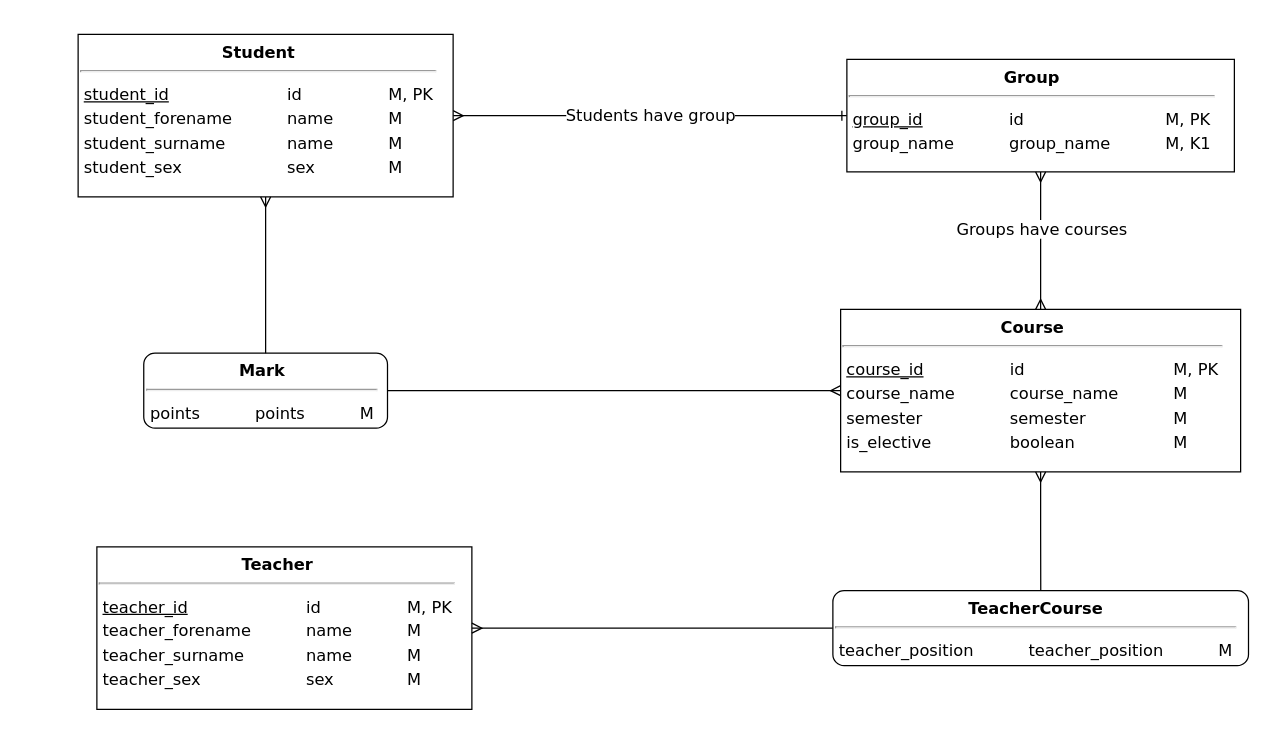
Earlier version of the draw.io diagram hw02/src/model-scheme.drawio (cannor147/itmo-db). Source tidied: cells renumbered, new cells numbered last; positions are measured from the earlier drawing's top-left corner, leaving out a move shared by most shapes. Both pictures are drawn from the tidied source at 125%, with x=0, y=0 at pixel (78, 34).
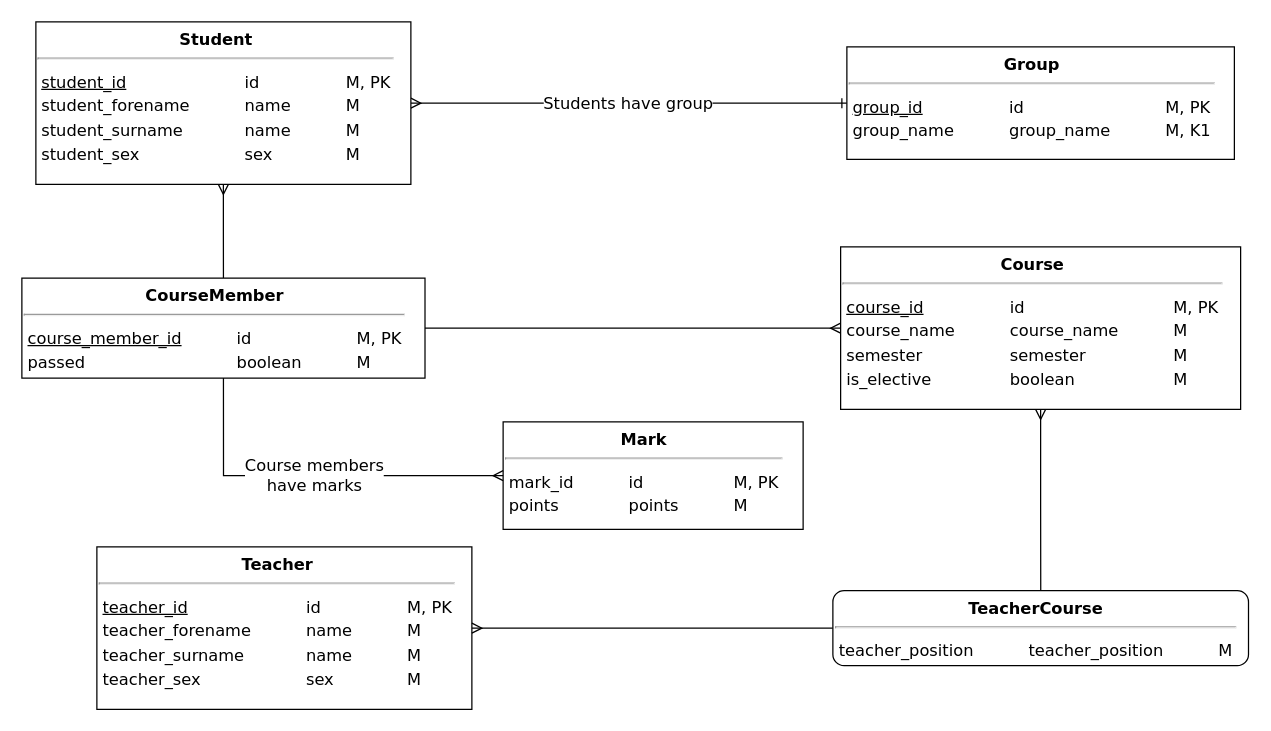
Above is the later version.

Commit message:
fix(hw02): updated model schema for year2018

The edit, as a diff of the source:
```diff
@@
 <mxGraphModel>
   <root>
     <mxCell id="0" />
     <mxCell id="1" parent="0" />
     <mxCell id="2" value="Students have group" style="edgeStyle=orthogonalEdgeStyle;rounded=0;jettySize=auto;html=1;fontFamily=Verdana;fontSize=13;endArrow=ERone;endFill=0;startArrow=ERmany;startFill=0;" parent="1" edge="1" source="3" target="4">
       <mxGeometry relative="1" as="geometry" />
     </mxCell>
     <mxCell id="3" value="&lt;div style=&quot;text-align: center ; font-size: 13px&quot;&gt;&lt;b style=&quot;font-size: 13px&quot;&gt;Student&lt;/b&gt;&lt;/div&gt;&lt;hr style=&quot;font-size: 13px&quot;&gt;&lt;table style=&quot;font-size: 13px&quot;&gt;&lt;tbody style=&quot;font-size: 13px&quot;&gt;&lt;tr style=&quot;font-size: 13px&quot;&gt;&lt;td style=&quot;font-size: 13px&quot;&gt;&lt;u&gt;student_id&lt;/u&gt;&lt;/td&gt;&lt;td style=&quot;font-size: 13px&quot;&gt;&lt;blockquote style=&quot;margin: 0px 0px 0px 40px ; border: none ; padding: 0px ; font-size: 13px&quot;&gt;id&lt;/blockquote&gt;&lt;/td&gt;&lt;td style=&quot;font-size: 13px&quot;&gt;&lt;blockquote style=&quot;margin: 0px 0px 0px 40px ; border: none ; padding: 0px ; font-size: 13px&quot;&gt;M, PK&lt;/blockquote&gt;&lt;/td&gt;&lt;/tr&gt;&lt;tr style=&quot;font-size: 13px&quot;&gt;&lt;td style=&quot;font-size: 13px&quot;&gt;student_forename&lt;/td&gt;&lt;td style=&quot;font-size: 13px&quot;&gt;&lt;blockquote style=&quot;margin: 0px 0px 0px 40px ; border: none ; padding: 0px ; font-size: 13px&quot;&gt;name&lt;/blockquote&gt;&lt;/td&gt;&lt;td style=&quot;font-size: 13px&quot;&gt;&lt;blockquote style=&quot;margin: 0px 0px 0px 40px ; border: none ; padding: 0px ; font-size: 13px&quot;&gt;M&lt;/blockquote&gt;&lt;/td&gt;&lt;/tr&gt;&lt;tr style=&quot;font-size: 13px&quot;&gt;&lt;td style=&quot;font-size: 13px&quot;&gt;student_surname&lt;/td&gt;&lt;td style=&quot;font-size: 13px&quot;&gt;&lt;blockquote style=&quot;margin: 0px 0px 0px 40px ; border: none ; padding: 0px ; font-size: 13px&quot;&gt;name&lt;/blockquote&gt;&lt;/td&gt;&lt;td style=&quot;font-size: 13px&quot;&gt;&lt;blockquote style=&quot;margin: 0px 0px 0px 40px ; border: none ; padding: 0px ; font-size: 13px&quot;&gt;M&lt;/blockquote&gt;&lt;/td&gt;&lt;/tr&gt;&lt;tr style=&quot;font-size: 13px&quot;&gt;&lt;td style=&quot;font-size: 13px&quot;&gt;student_sex&lt;/td&gt;&lt;td style=&quot;font-size: 13px&quot;&gt;&lt;blockquote style=&quot;margin: 0px 0px 0px 40px ; border: none ; padding: 0px ; font-size: 13px&quot;&gt;sex&lt;/blockquote&gt;&lt;/td&gt;&lt;td style=&quot;font-size: 13px&quot;&gt;&lt;blockquote style=&quot;margin: 0px 0px 0px 40px ; border: none ; padding: 0px ; font-size: 13px&quot;&gt;M&lt;/blockquote&gt;&lt;/td&gt;&lt;/tr&gt;&lt;/tbody&gt;&lt;/table&gt;" style="rounded=0;whiteSpace=wrap;html=1;labelBackgroundColor=none;fontFamily=Verdana;fontSize=13;align=left;verticalAlign=top;" parent="1" vertex="1">
-      <mxGeometry width="300" height="130" as="geometry" />
+      <mxGeometry x="-33.8" y="-10" width="300" height="130" as="geometry" />
     </mxCell>
     <mxCell id="4" value="&lt;div style=&quot;text-align: center ; font-size: 13px&quot;&gt;&lt;b style=&quot;font-size: 13px&quot;&gt;Group&lt;/b&gt;&lt;/div&gt;&lt;hr style=&quot;font-size: 13px&quot;&gt;&lt;table style=&quot;font-size: 13px&quot;&gt;&lt;tbody style=&quot;font-size: 13px&quot;&gt;&lt;tr style=&quot;font-size: 13px&quot;&gt;&lt;td style=&quot;font-size: 13px&quot;&gt;&lt;u&gt;group_id&lt;/u&gt;&lt;/td&gt;&lt;td style=&quot;font-size: 13px&quot;&gt;&lt;blockquote style=&quot;margin: 0px 0px 0px 40px ; border: none ; padding: 0px ; font-size: 13px&quot;&gt;id&lt;/blockquote&gt;&lt;/td&gt;&lt;td style=&quot;font-size: 13px&quot;&gt;&lt;blockquote style=&quot;margin: 0px 0px 0px 40px ; border: none ; padding: 0px ; font-size: 13px&quot;&gt;M, PK&lt;/blockquote&gt;&lt;/td&gt;&lt;/tr&gt;&lt;tr style=&quot;font-size: 13px&quot;&gt;&lt;td style=&quot;font-size: 13px&quot;&gt;group_name&lt;/td&gt;&lt;td style=&quot;font-size: 13px&quot;&gt;&lt;blockquote style=&quot;margin: 0px 0px 0px 40px ; border: none ; padding: 0px ; font-size: 13px&quot;&gt;group_name&lt;/blockquote&gt;&lt;/td&gt;&lt;td style=&quot;font-size: 13px&quot;&gt;&lt;blockquote style=&quot;margin: 0px 0px 0px 40px ; border: none ; padding: 0px ; font-size: 13px&quot;&gt;M, K1&lt;/blockquote&gt;&lt;/td&gt;&lt;/tr&gt;&lt;/tbody&gt;&lt;/table&gt;" style="rounded=0;whiteSpace=wrap;html=1;labelBackgroundColor=none;fontFamily=Verdana;fontSize=13;align=left;verticalAlign=top;" parent="1" vertex="1">
-      <mxGeometry x="615" y="20" width="310" height="90" as="geometry" />
+      <mxGeometry x="615" y="10" width="310" height="90" as="geometry" />
     </mxCell>
     <mxCell id="5" value="&lt;div style=&quot;text-align: center ; font-size: 13px&quot;&gt;&lt;b style=&quot;font-size: 13px&quot;&gt;Teacher&lt;/b&gt;&lt;/div&gt;&lt;hr style=&quot;font-size: 13px&quot;&gt;&lt;table style=&quot;font-size: 13px&quot;&gt;&lt;tbody style=&quot;font-size: 13px&quot;&gt;&lt;tr style=&quot;font-size: 13px&quot;&gt;&lt;td style=&quot;font-size: 13px&quot;&gt;&lt;u&gt;teacher_id&lt;/u&gt;&lt;/td&gt;&lt;td style=&quot;font-size: 13px&quot;&gt;&lt;blockquote style=&quot;margin: 0px 0px 0px 40px ; border: none ; padding: 0px ; font-size: 13px&quot;&gt;id&lt;/blockquote&gt;&lt;/td&gt;&lt;td style=&quot;font-size: 13px&quot;&gt;&lt;blockquote style=&quot;margin: 0px 0px 0px 40px ; border: none ; padding: 0px ; font-size: 13px&quot;&gt;M, PK&lt;/blockquote&gt;&lt;/td&gt;&lt;/tr&gt;&lt;tr style=&quot;font-size: 13px&quot;&gt;&lt;td style=&quot;font-size: 13px&quot;&gt;teacher_forename&lt;/td&gt;&lt;td style=&quot;font-size: 13px&quot;&gt;&lt;blockquote style=&quot;margin: 0px 0px 0px 40px ; border: none ; padding: 0px ; font-size: 13px&quot;&gt;name&lt;/blockquote&gt;&lt;/td&gt;&lt;td style=&quot;font-size: 13px&quot;&gt;&lt;blockquote style=&quot;margin: 0px 0px 0px 40px ; border: none ; padding: 0px ; font-size: 13px&quot;&gt;M&lt;/blockquote&gt;&lt;/td&gt;&lt;/tr&gt;&lt;tr style=&quot;font-size: 13px&quot;&gt;&lt;td style=&quot;font-size: 13px&quot;&gt;teacher_surname&lt;/td&gt;&lt;td style=&quot;font-size: 13px&quot;&gt;&lt;blockquote style=&quot;margin: 0px 0px 0px 40px ; border: none ; padding: 0px ; font-size: 13px&quot;&gt;name&lt;/blockquote&gt;&lt;/td&gt;&lt;td style=&quot;font-size: 13px&quot;&gt;&lt;blockquote style=&quot;margin: 0px 0px 0px 40px ; border: none ; padding: 0px ; font-size: 13px&quot;&gt;M&lt;/blockquote&gt;&lt;/td&gt;&lt;/tr&gt;&lt;tr style=&quot;font-size: 13px&quot;&gt;&lt;td style=&quot;font-size: 13px&quot;&gt;teacher_sex&lt;/td&gt;&lt;td style=&quot;font-size: 13px&quot;&gt;&lt;blockquote style=&quot;margin: 0px 0px 0px 40px ; border: none ; padding: 0px ; font-size: 13px&quot;&gt;sex&lt;/blockquote&gt;&lt;/td&gt;&lt;td style=&quot;font-size: 13px&quot;&gt;&lt;blockquote style=&quot;margin: 0px 0px 0px 40px ; border: none ; padding: 0px ; font-size: 13px&quot;&gt;M&lt;/blockquote&gt;&lt;/td&gt;&lt;/tr&gt;&lt;/tbody&gt;&lt;/table&gt;" style="rounded=0;whiteSpace=wrap;html=1;labelBackgroundColor=none;fontFamily=Verdana;fontSize=13;align=left;verticalAlign=top;" parent="1" vertex="1">
       <mxGeometry x="15" y="410" width="300" height="130" as="geometry" />
     </mxCell>
     <mxCell id="6" value="&lt;div style=&quot;text-align: center ; font-size: 13px&quot;&gt;&lt;b style=&quot;font-size: 13px&quot;&gt;Course&lt;/b&gt;&lt;/div&gt;&lt;hr style=&quot;font-size: 13px&quot;&gt;&lt;table style=&quot;font-size: 13px&quot;&gt;&lt;tbody style=&quot;font-size: 13px&quot;&gt;&lt;tr style=&quot;font-size: 13px&quot;&gt;&lt;td style=&quot;font-size: 13px&quot;&gt;&lt;u&gt;course_id&lt;/u&gt;&lt;/td&gt;&lt;td style=&quot;font-size: 13px&quot;&gt;&lt;blockquote style=&quot;margin: 0px 0px 0px 40px ; border: none ; padding: 0px ; font-size: 13px&quot;&gt;id&lt;/blockquote&gt;&lt;/td&gt;&lt;td style=&quot;font-size: 13px&quot;&gt;&lt;blockquote style=&quot;margin: 0px 0px 0px 40px ; border: none ; padding: 0px ; font-size: 13px&quot;&gt;M, PK&lt;/blockquote&gt;&lt;/td&gt;&lt;/tr&gt;&lt;tr style=&quot;font-size: 13px&quot;&gt;&lt;td style=&quot;font-size: 13px&quot;&gt;course_name&lt;/td&gt;&lt;td style=&quot;font-size: 13px&quot;&gt;&lt;blockquote style=&quot;margin: 0px 0px 0px 40px ; border: none ; padding: 0px ; font-size: 13px&quot;&gt;course_name&lt;/blockquote&gt;&lt;/td&gt;&lt;td style=&quot;font-size: 13px&quot;&gt;&lt;blockquote style=&quot;margin: 0px 0px 0px 40px ; border: none ; padding: 0px ; font-size: 13px&quot;&gt;M&lt;/blockquote&gt;&lt;/td&gt;&lt;/tr&gt;&lt;tr style=&quot;font-size: 13px&quot;&gt;&lt;td style=&quot;font-size: 13px&quot;&gt;semester&lt;/td&gt;&lt;td style=&quot;font-size: 13px&quot;&gt;&lt;blockquote style=&quot;margin: 0px 0px 0px 40px ; border: none ; padding: 0px ; font-size: 13px&quot;&gt;semester&lt;/blockquote&gt;&lt;/td&gt;&lt;td style=&quot;font-size: 13px&quot;&gt;&lt;blockquote style=&quot;margin: 0px 0px 0px 40px ; border: none ; padding: 0px ; font-size: 13px&quot;&gt;M&lt;/blockquote&gt;&lt;/td&gt;&lt;/tr&gt;&lt;tr style=&quot;font-size: 13px&quot;&gt;&lt;td style=&quot;font-size: 13px&quot;&gt;is_elective&lt;/td&gt;&lt;td style=&quot;font-size: 13px&quot;&gt;&lt;blockquote style=&quot;margin: 0px 0px 0px 40px ; border: none ; padding: 0px ; font-size: 13px&quot;&gt;boolean&lt;/blockquote&gt;&lt;/td&gt;&lt;td style=&quot;font-size: 13px&quot;&gt;&lt;blockquote style=&quot;margin: 0px 0px 0px 40px ; border: none ; padding: 0px ; font-size: 13px&quot;&gt;M&lt;/blockquote&gt;&lt;/td&gt;&lt;/tr&gt;&lt;/tbody&gt;&lt;/table&gt;" style="rounded=0;whiteSpace=wrap;html=1;labelBackgroundColor=none;fontFamily=Verdana;fontSize=13;align=left;verticalAlign=top;" parent="1" vertex="1">
-      <mxGeometry x="610" y="220" width="320" height="130" as="geometry" />
+      <mxGeometry x="610" y="170" width="320" height="130" as="geometry" />
     </mxCell>
-    <mxCell id="7" value="&lt;div style=&quot;text-align: center ; font-size: 13px&quot;&gt;&lt;b style=&quot;font-size: 13px&quot;&gt;Mark&lt;/b&gt;&lt;/div&gt;&lt;hr style=&quot;font-size: 13px&quot;&gt;&lt;table style=&quot;font-size: 13px&quot;&gt;&lt;tbody style=&quot;font-size: 13px&quot;&gt;&lt;tr style=&quot;font-size: 13px&quot;&gt;&lt;td style=&quot;font-size: 13px&quot;&gt;points&lt;/td&gt;&lt;td style=&quot;font-size: 13px&quot;&gt;&lt;blockquote style=&quot;margin: 0px 0px 0px 40px ; border: none ; padding: 0px ; font-size: 13px&quot;&gt;points&lt;/blockquote&gt;&lt;/td&gt;&lt;td style=&quot;font-size: 13px&quot;&gt;&lt;blockquote style=&quot;margin: 0px 0px 0px 40px ; border: none ; padding: 0px ; font-size: 13px&quot;&gt;M&lt;/blockquote&gt;&lt;/td&gt;&lt;/tr&gt;&lt;/tbody&gt;&lt;/table&gt;" style="rounded=1;whiteSpace=wrap;html=1;labelBackgroundColor=none;fontFamily=Verdana;fontSize=13;align=left;verticalAlign=top;" parent="1" vertex="1">
-      <mxGeometry x="52.5" y="255" width="195" height="60" as="geometry" />
+    <mxCell id="7" value="&lt;div style=&quot;text-align: center ; font-size: 13px&quot;&gt;&lt;b style=&quot;font-size: 13px&quot;&gt;Mark&lt;/b&gt;&lt;/div&gt;&lt;hr style=&quot;font-size: 13px&quot;&gt;&lt;table style=&quot;font-size: 13px&quot;&gt;&lt;tbody style=&quot;font-size: 13px&quot;&gt;&lt;tr&gt;&lt;td&gt;mark_id&lt;/td&gt;&lt;td&gt;&lt;blockquote style=&quot;margin: 0 0 0 40px ; border: none ; padding: 0px&quot;&gt;id&lt;/blockquote&gt;&lt;/td&gt;&lt;td&gt;&lt;blockquote style=&quot;margin: 0 0 0 40px ; border: none ; padding: 0px&quot;&gt;M, PK&lt;/blockquote&gt;&lt;/td&gt;&lt;/tr&gt;&lt;tr style=&quot;font-size: 13px&quot;&gt;&lt;td style=&quot;font-size: 13px&quot;&gt;points&lt;/td&gt;&lt;td style=&quot;font-size: 13px&quot;&gt;&lt;blockquote style=&quot;margin: 0px 0px 0px 40px ; border: none ; padding: 0px ; font-size: 13px&quot;&gt;points&lt;/blockquote&gt;&lt;/td&gt;&lt;td style=&quot;font-size: 13px&quot;&gt;&lt;blockquote style=&quot;margin: 0px 0px 0px 40px ; border: none ; padding: 0px ; font-size: 13px&quot;&gt;M&lt;/blockquote&gt;&lt;/td&gt;&lt;/tr&gt;&lt;/tbody&gt;&lt;/table&gt;" style="rounded=0;whiteSpace=wrap;html=1;labelBackgroundColor=none;fontFamily=Verdana;fontSize=13;align=left;verticalAlign=top;" parent="1" vertex="1">
+      <mxGeometry x="340" y="310" width="240" height="86" as="geometry" />
     </mxCell>
-    <mxCell id="8" style="endArrow=ERmany;html=1;fontFamily=Verdana;fontSize=13;edgeStyle=orthogonalEdgeStyle;endFill=0;startArrow=ERmany;startFill=0;rounded=0;" parent="1" edge="1" source="4" target="6">
-      <mxGeometry relative="1" as="geometry" />
-    </mxCell>
-    <mxCell id="9" value="Groups have courses" style="edgeLabel;html=1;align=center;verticalAlign=middle;fontSize=13;fontFamily=Verdana;" parent="8" vertex="1">
-      <mxGeometry x="-0.18" relative="1" as="geometry" />
-    </mxCell>
-    <mxCell id="10" style="endArrow=none;html=1;fontFamily=Verdana;fontSize=13;edgeStyle=orthogonalEdgeStyle;rounded=0;endFill=0;startArrow=ERmany;startFill=0;" parent="1" edge="1" source="3" target="7">
+    <mxCell id="10" style="endArrow=none;html=1;fontFamily=Verdana;fontSize=13;edgeStyle=orthogonalEdgeStyle;rounded=0;endFill=0;startArrow=ERmany;startFill=0;entryX=0.5;entryY=0;entryDx=0;entryDy=0;" parent="1" edge="1" source="3" target="15">
       <mxGeometry relative="1" as="geometry" />
     </mxCell>
-    <mxCell id="11" style="endArrow=none;html=1;fontFamily=Verdana;fontSize=13;edgeStyle=orthogonalEdgeStyle;rounded=0;endFill=0;startArrow=ERmany;startFill=0;" parent="1" edge="1" source="6" target="7">
+    <mxCell id="11" style="endArrow=none;html=1;fontFamily=Verdana;fontSize=13;edgeStyle=orthogonalEdgeStyle;rounded=0;endFill=0;startArrow=ERmany;startFill=0;entryX=1;entryY=0.5;entryDx=0;entryDy=0;" parent="1" edge="1" source="6" target="15">
       <mxGeometry relative="1" as="geometry" />
     </mxCell>
     <mxCell id="12" style="endArrow=none;html=1;fontFamily=Verdana;fontSize=13;edgeStyle=orthogonalEdgeStyle;rounded=0;endFill=0;startArrow=ERmany;startFill=0;" parent="1" edge="1" source="5" target="13">
       <mxGeometry relative="1" as="geometry" />
     </mxCell>
     <mxCell id="13" value="&lt;div style=&quot;text-align: center ; font-size: 13px&quot;&gt;&lt;b style=&quot;font-size: 13px&quot;&gt;TeacherCourse&lt;/b&gt;&lt;/div&gt;&lt;hr style=&quot;font-size: 13px&quot;&gt;&lt;table style=&quot;font-size: 13px&quot;&gt;&lt;tbody style=&quot;font-size: 13px&quot;&gt;&lt;tr style=&quot;font-size: 13px&quot;&gt;&lt;td style=&quot;font-size: 13px&quot;&gt;teacher_position&lt;/td&gt;&lt;td style=&quot;font-size: 13px&quot;&gt;&lt;blockquote style=&quot;margin: 0px 0px 0px 40px ; border: none ; padding: 0px ; font-size: 13px&quot;&gt;teacher_position&lt;/blockquote&gt;&lt;/td&gt;&lt;td style=&quot;font-size: 13px&quot;&gt;&lt;blockquote style=&quot;margin: 0px 0px 0px 40px ; border: none ; padding: 0px ; font-size: 13px&quot;&gt;M&lt;/blockquote&gt;&lt;/td&gt;&lt;/tr&gt;&lt;/tbody&gt;&lt;/table&gt;" style="rounded=1;whiteSpace=wrap;html=1;labelBackgroundColor=none;fontFamily=Verdana;fontSize=13;align=left;verticalAlign=top;" parent="1" vertex="1">
       <mxGeometry x="603.8" y="445" width="332.5" height="60" as="geometry" />
     </mxCell>
     <mxCell id="14" style="endArrow=none;html=1;fontFamily=Verdana;fontSize=13;edgeStyle=orthogonalEdgeStyle;rounded=0;endFill=0;startArrow=ERmany;startFill=0;" parent="1" edge="1" source="6" target="13">
       <mxGeometry relative="1" as="geometry" />
     </mxCell>
+    <mxCell id="15" value="&lt;div style=&quot;text-align: center ; font-size: 13px&quot;&gt;&lt;b&gt;CourseMember&lt;/b&gt;&lt;/div&gt;&lt;hr style=&quot;font-size: 13px&quot;&gt;&lt;table style=&quot;font-size: 13px&quot;&gt;&lt;tbody style=&quot;font-size: 13px&quot;&gt;&lt;tr&gt;&lt;td&gt;&lt;u&gt;course_member_id&lt;/u&gt;&lt;br&gt;&lt;/td&gt;&lt;td&gt;&lt;blockquote style=&quot;margin: 0 0 0 40px ; border: none ; padding: 0px&quot;&gt;id&lt;/blockquote&gt;&lt;/td&gt;&lt;td&gt;&lt;blockquote style=&quot;margin: 0 0 0 40px ; border: none ; padding: 0px&quot;&gt;M, PK&lt;/blockquote&gt;&lt;/td&gt;&lt;/tr&gt;&lt;tr style=&quot;font-size: 13px&quot;&gt;&lt;td style=&quot;font-size: 13px&quot;&gt;passed&lt;/td&gt;&lt;td style=&quot;font-size: 13px&quot;&gt;&lt;blockquote style=&quot;margin: 0px 0px 0px 40px ; border: none ; padding: 0px ; font-size: 13px&quot;&gt;boolean&lt;/blockquote&gt;&lt;/td&gt;&lt;td style=&quot;font-size: 13px&quot;&gt;&lt;blockquote style=&quot;margin: 0px 0px 0px 40px ; border: none ; padding: 0px ; font-size: 13px&quot;&gt;M&lt;/blockquote&gt;&lt;/td&gt;&lt;/tr&gt;&lt;/tbody&gt;&lt;/table&gt;" style="rounded=0;whiteSpace=wrap;html=1;labelBackgroundColor=none;fontFamily=Verdana;fontSize=13;align=left;verticalAlign=top;" parent="1" vertex="1">
+      <mxGeometry x="-45" y="195" width="322.5" height="80" as="geometry" />
+    </mxCell>
+    <mxCell id="16" value="Course members&lt;br&gt;have marks" style="endArrow=none;html=1;fontFamily=Verdana;fontSize=13;edgeStyle=orthogonalEdgeStyle;rounded=0;endFill=0;startArrow=ERmany;startFill=0;entryX=0.5;entryY=1;entryDx=0;entryDy=0;exitX=0;exitY=0.5;exitDx=0;exitDy=0;" parent="1" edge="1" source="7" target="15">
+      <mxGeometry relative="1" as="geometry" />
+    </mxCell>
   </root>
 </mxGraphModel>
```
